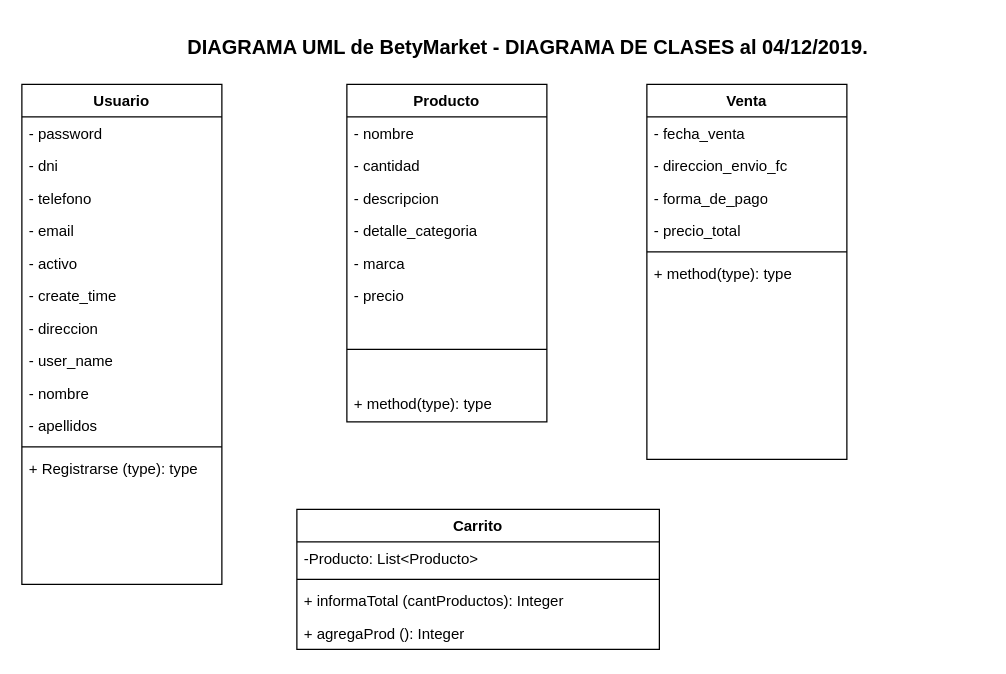
Earlier version of the draw.io diagram Diagrama UML BetyMarket.drawio (Neri23/BetyMarketJava). Source tidied: cells renumbered, new cells numbered last; positions are measured from the earlier drawing's top-left corner, leaving out a move shared by most shapes. Both pictures are drawn from the tidied source at 125%, with x=0, y=0 at pixel (21, 21).
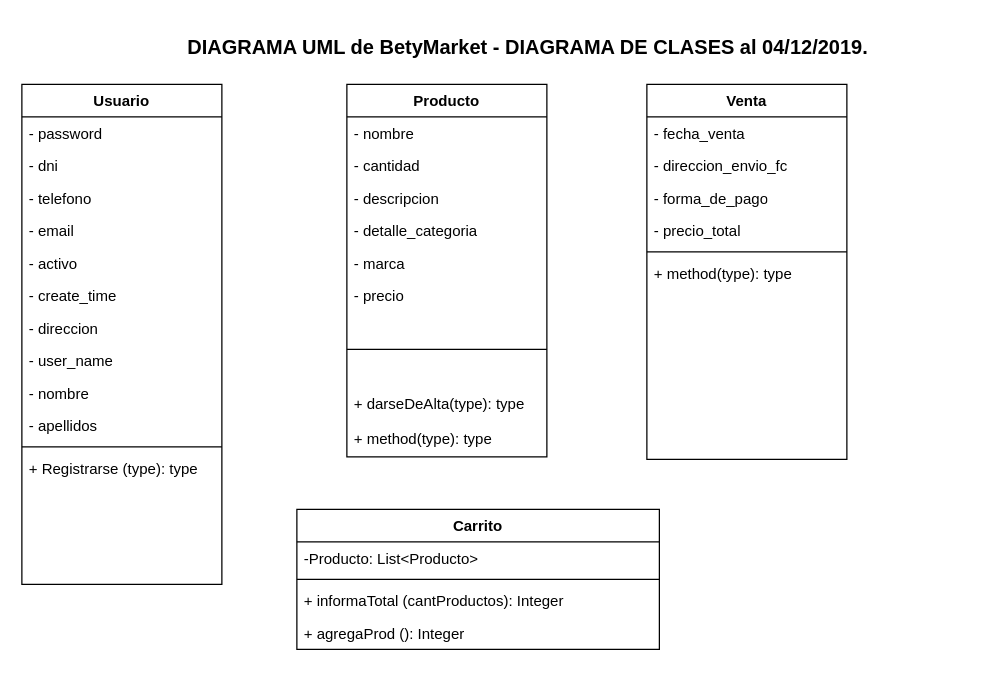
The same diagram, later.

The edit, as a diff of the source:
```diff
@@
     <mxCell id="23" value="Producto" style="swimlane;fontStyle=1;align=center;verticalAlign=top;horizontal=1;startSize=26;" parent="1" vertex="1">
-      <mxGeometry x="260" y="50" width="160" height="270" as="geometry" />
+      <mxGeometry x="260" y="50" width="160" height="298" as="geometry" />
     </mxCell>
@@
+    <mxCell id="37" value="+ darseDeAlta(type): type" style="text;strokeColor=none;fillColor=none;align=left;verticalAlign=top;spacingLeft=4;spacingRight=4;overflow=hidden;" parent="23" vertex="1">
+      <mxGeometry y="242" width="160" height="28" as="geometry" />
+    </mxCell>
     <mxCell id="31" value="+ method(type): type" style="text;strokeColor=none;fillColor=none;align=left;verticalAlign=top;spacingLeft=4;spacingRight=4;overflow=hidden;" parent="23" vertex="1">
-      <mxGeometry y="242" width="160" height="28" as="geometry" />
+      <mxGeometry y="270" width="160" height="28" as="geometry" />
     </mxCell>
```
